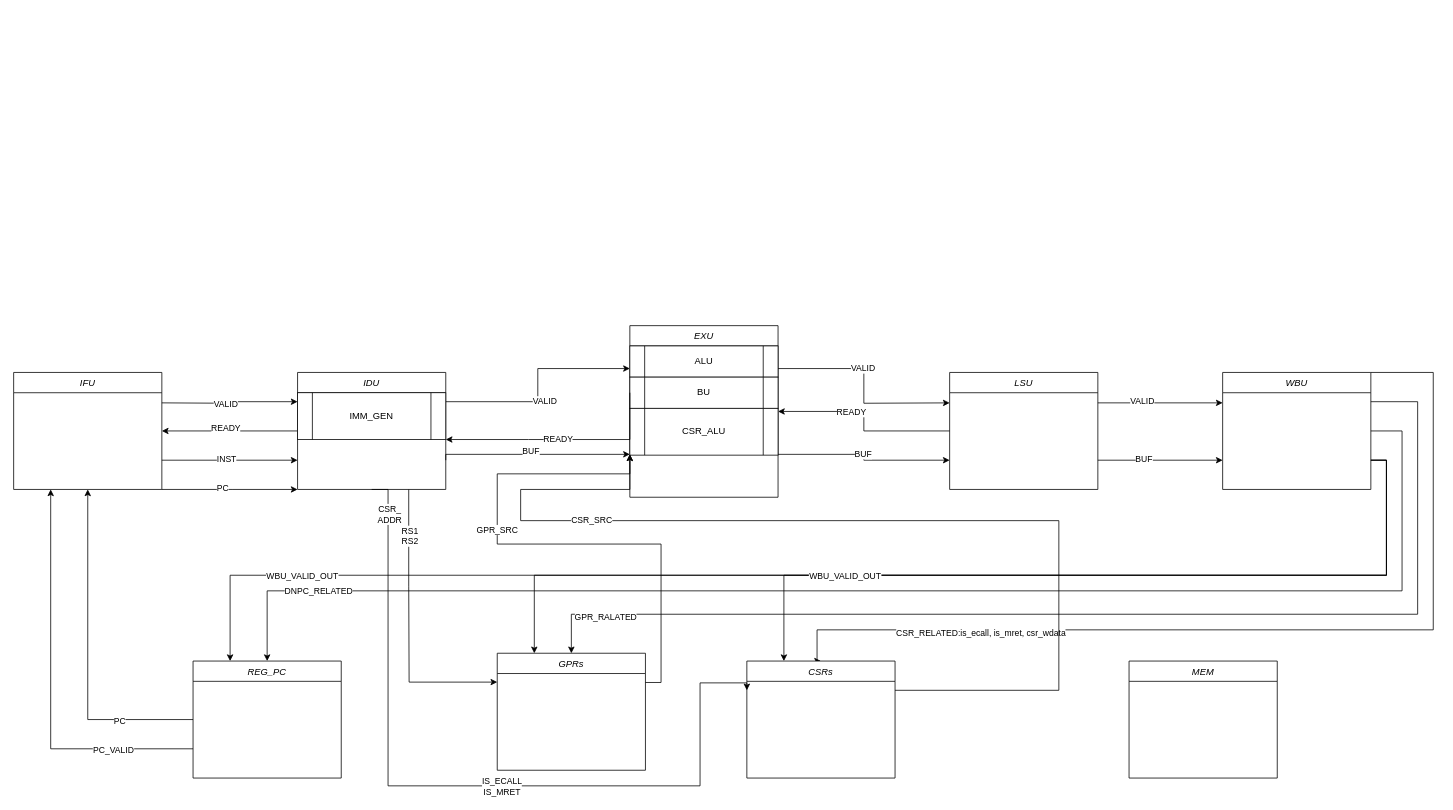
Before: efactor_npc.drawio in rand-kcs/demo, a draw.io diagram. Source tidied: cells renumbered, new cells numbered last; positions are measured from the earlier drawing's top-left corner, leaving out a move shared by most shapes. Both pictures are drawn from the tidied source at 78%, with x=0, y=0 at pixel (13, 325).
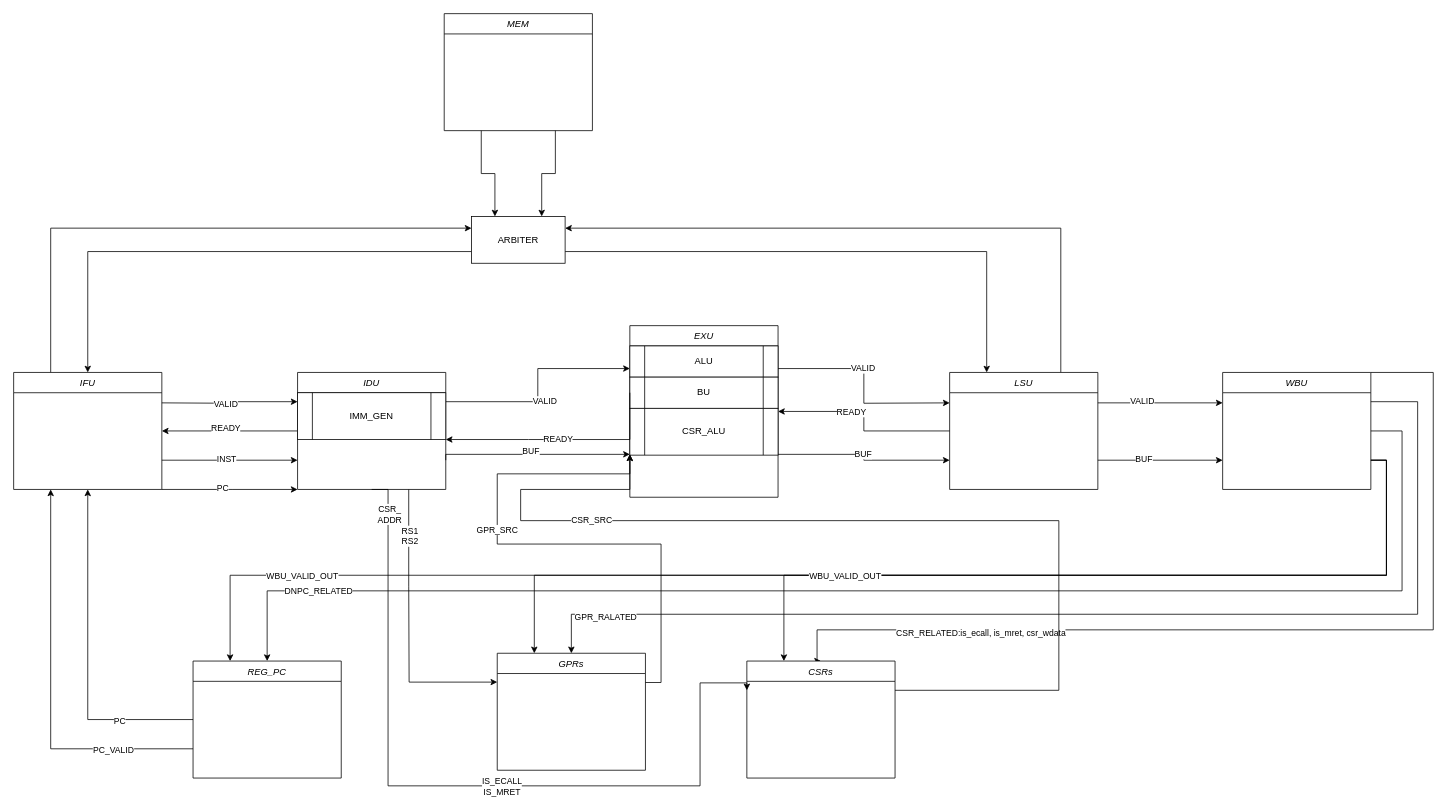
The same diagram, later.

The change refers to these unchanged cells:
```xml
<mxCell id="6" value="IFU" style="swimlane;fontStyle=2;align=center;verticalAlign=top;horizontal=1;startSize=26;rounded=0;shadow=0;strokeWidth=1;" parent="1" vertex="1">
  <mxGeometry y="60" width="190" height="150" as="geometry" />
</mxCell>
<mxCell id="44" value="LSU" style="swimlane;fontStyle=2;align=center;verticalAlign=top;horizontal=1;startSize=26;rounded=0;shadow=0;strokeWidth=1;" parent="1" vertex="1">
  <mxGeometry x="1200" y="60" width="190" height="150" as="geometry" />
</mxCell>
```

What changed in the source:
```diff
@@
+    <mxCell id="63" style="edgeStyle=orthogonalEdgeStyle;rounded=0;jettySize=auto;html=1;exitX=0.25;exitY=0;exitDx=0;exitDy=0;entryX=0;entryY=0.25;entryDx=0;entryDy=0;" parent="1" edge="1" source="6" target="69">
+      <mxGeometry relative="1" as="geometry" />
+    </mxCell>
@@
+    <mxCell id="64" style="edgeStyle=orthogonalEdgeStyle;rounded=0;jettySize=auto;html=1;exitX=0.75;exitY=0;exitDx=0;exitDy=0;entryX=1;entryY=0.25;entryDx=0;entryDy=0;" parent="1" edge="1" source="44" target="69">
+      <mxGeometry relative="1" as="geometry" />
+    </mxCell>
@@
+    <mxCell id="65" style="edgeStyle=orthogonalEdgeStyle;rounded=0;jettySize=auto;html=1;exitX=0.25;exitY=1;exitDx=0;exitDy=0;entryX=0.25;entryY=0;entryDx=0;entryDy=0;" parent="1" edge="1" source="45" target="69">
+      <mxGeometry relative="1" as="geometry" />
+    </mxCell>
+    <mxCell id="66" style="edgeStyle=orthogonalEdgeStyle;rounded=0;jettySize=auto;html=1;exitX=0.75;exitY=1;exitDx=0;exitDy=0;entryX=0.75;entryY=0;entryDx=0;entryDy=0;" parent="1" edge="1" source="45" target="69">
+      <mxGeometry relative="1" as="geometry" />
+    </mxCell>
     <mxCell id="45" value="MEM" style="swimlane;fontStyle=2;align=center;verticalAlign=top;horizontal=1;startSize=26;rounded=0;shadow=0;strokeWidth=1;" parent="1" vertex="1">
-      <mxGeometry x="1430" y="430" width="190" height="150" as="geometry" />
+      <mxGeometry x="552" y="-400" width="190" height="150" as="geometry" />
     </mxCell>
@@
+    <mxCell id="67" style="edgeStyle=orthogonalEdgeStyle;rounded=0;jettySize=auto;html=1;exitX=0;exitY=0.75;exitDx=0;exitDy=0;entryX=0.5;entryY=0;entryDx=0;entryDy=0;" parent="1" edge="1" source="69" target="6">
+      <mxGeometry relative="1" as="geometry" />
+    </mxCell>
+    <mxCell id="68" style="edgeStyle=orthogonalEdgeStyle;rounded=0;jettySize=auto;html=1;exitX=1;exitY=0.75;exitDx=0;exitDy=0;entryX=0.25;entryY=0;entryDx=0;entryDy=0;" parent="1" edge="1" source="69" target="44">
+      <mxGeometry relative="1" as="geometry" />
+    </mxCell>
+    <mxCell id="69" value="ARBITER" style="whiteSpace=wrap;html=1;" parent="1" vertex="1">
+      <mxGeometry x="587" y="-140" width="120" height="60" as="geometry" />
+    </mxCell>
```
